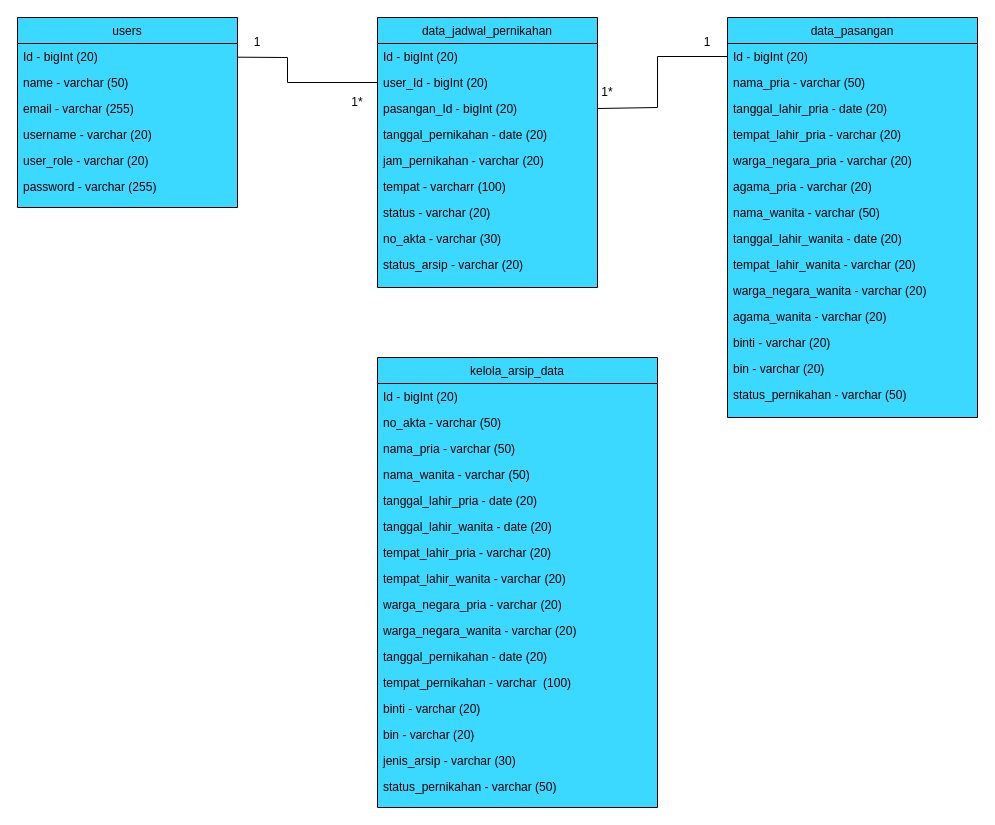
Before: Diagram Tanpa Judul.drawio in danangsptro/C-1, a draw.io diagram. Source tidied: cells renumbered, new cells numbered last; positions are measured from the earlier drawing's top-left corner, leaving out a move shared by most shapes. Both pictures are drawn from the tidied source at 100%, with x=0, y=0 at pixel (17, 17).
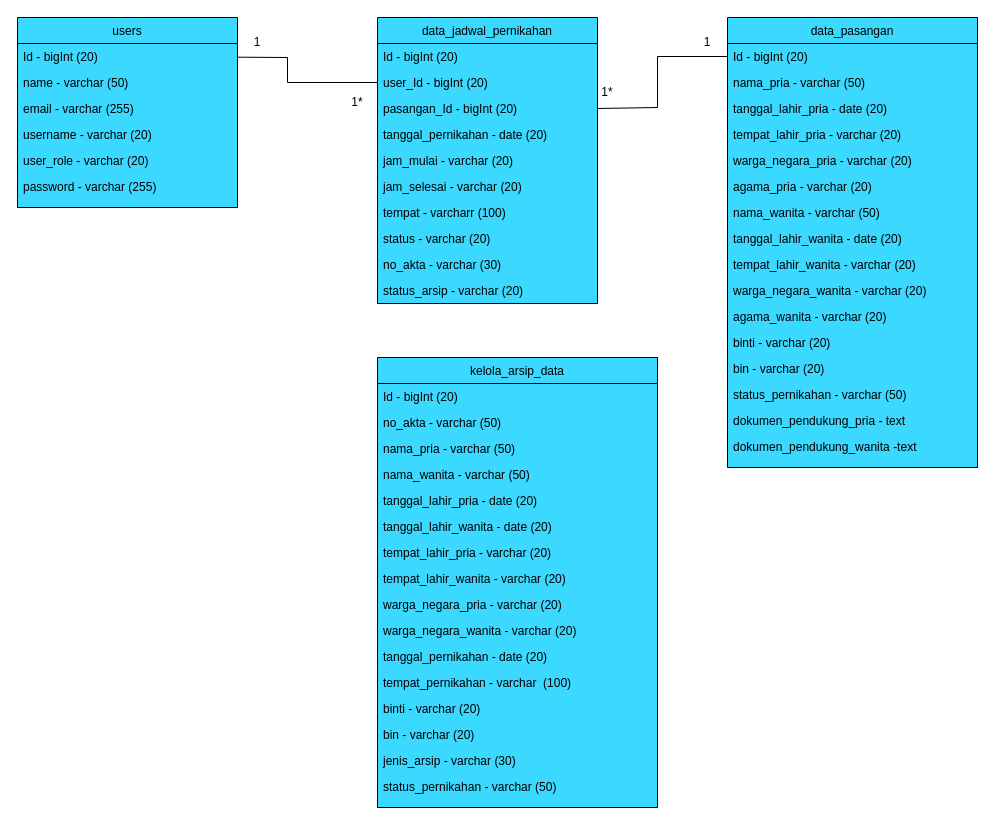
After the change.

What changed in the source:
```diff
@@
     <mxCell id="9" value="data_jadwal_pernikahan" style="swimlane;fontStyle=0;align=center;verticalAlign=top;horizontal=1;startSize=26;rounded=0;shadow=0;strokeWidth=1;swimlaneFillColor=#3BD8FF;fillColor=#3BD8FF;" parent="1" vertex="1">
-      <mxGeometry x="360" width="220" height="270" as="geometry" />
+      <mxGeometry x="360" width="220" height="286" as="geometry" />
     </mxCell>
@@
-    <mxCell id="14" value="jam_pernikahan - varchar (20)" style="text;align=left;verticalAlign=top;spacingLeft=4;spacingRight=4;overflow=hidden;rounded=0;shadow=0;html=0;" parent="9" vertex="1">
+    <mxCell id="14" value="jam_mulai - varchar (20)" style="text;align=left;verticalAlign=top;spacingLeft=4;spacingRight=4;overflow=hidden;rounded=0;shadow=0;html=0;" parent="9" vertex="1">
       <mxGeometry y="130" width="220" height="26" as="geometry" />
     </mxCell>
+    <mxCell id="57" value="jam_selesai - varchar (20)" style="text;align=left;verticalAlign=top;spacingLeft=4;spacingRight=4;overflow=hidden;rounded=0;shadow=0;html=0;" parent="9" vertex="1">
+      <mxGeometry y="156" width="220" height="26" as="geometry" />
+    </mxCell>
     <mxCell id="15" value="tempat - varcharr (100)" style="text;align=left;verticalAlign=top;spacingLeft=4;spacingRight=4;overflow=hidden;rounded=0;shadow=0;html=0;" parent="9" vertex="1">
-      <mxGeometry y="156" width="220" height="26" as="geometry" />
+      <mxGeometry y="182" width="220" height="26" as="geometry" />
     </mxCell>
     <mxCell id="16" value="status - varchar (20)" style="text;align=left;verticalAlign=top;spacingLeft=4;spacingRight=4;overflow=hidden;rounded=0;shadow=0;html=0;" parent="9" vertex="1">
-      <mxGeometry y="182" width="220" height="26" as="geometry" />
+      <mxGeometry y="208" width="220" height="26" as="geometry" />
     </mxCell>
     <mxCell id="17" value="no_akta - varchar (30)" style="text;align=left;verticalAlign=top;spacingLeft=4;spacingRight=4;overflow=hidden;rounded=0;shadow=0;html=0;" parent="9" vertex="1">
-      <mxGeometry y="208" width="220" height="26" as="geometry" />
+      <mxGeometry y="234" width="220" height="26" as="geometry" />
     </mxCell>
     <mxCell id="18" value="status_arsip - varchar (20)" style="text;align=left;verticalAlign=top;spacingLeft=4;spacingRight=4;overflow=hidden;rounded=0;shadow=0;html=0;" parent="9" vertex="1">
-      <mxGeometry y="234" width="220" height="26" as="geometry" />
+      <mxGeometry y="260" width="220" height="26" as="geometry" />
     </mxCell>
     <mxCell id="19" value="data_pasangan" style="swimlane;fontStyle=0;align=center;verticalAlign=top;horizontal=1;startSize=26;rounded=0;shadow=0;strokeWidth=1;swimlaneFillColor=#3BD8FF;fillColor=#3BD8FF;" parent="1" vertex="1">
-      <mxGeometry x="710" width="250" height="400" as="geometry" />
+      <mxGeometry x="710" width="250" height="450" as="geometry" />
     </mxCell>
@@
+    <mxCell id="58" value="dokumen_pendukung_pria - text" style="text;align=left;verticalAlign=top;spacingLeft=4;spacingRight=4;overflow=hidden;rounded=0;shadow=0;html=0;" parent="19" vertex="1">
+      <mxGeometry y="390" width="250" height="26" as="geometry" />
+    </mxCell>
+    <mxCell id="59" value="dokumen_pendukung_wanita -text" style="text;align=left;verticalAlign=top;spacingLeft=4;spacingRight=4;overflow=hidden;rounded=0;shadow=0;html=0;" parent="19" vertex="1">
+      <mxGeometry y="416" width="250" height="26" as="geometry" />
+    </mxCell>
```
